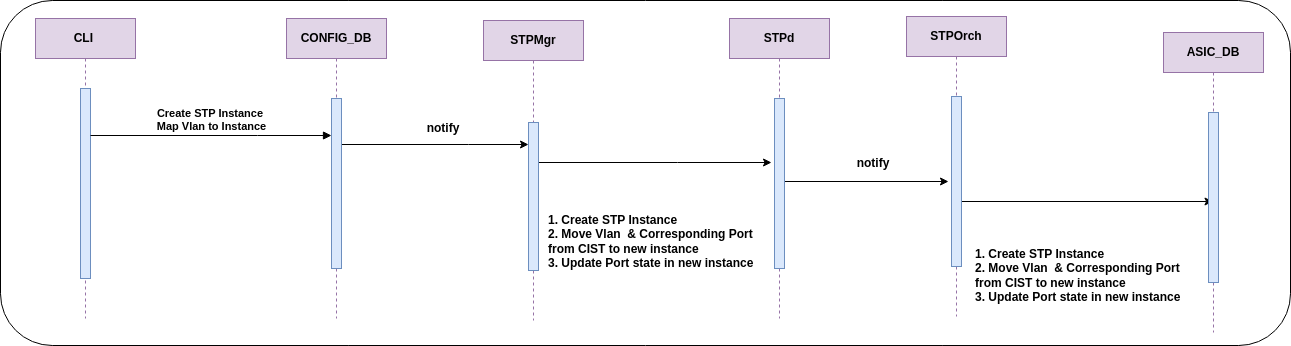
The draw.io diagram doc/MSTP/images/MSTP_Instance_Create.drawio.png in sonic-net/SONiC, before a commit. Source tidied: cells renumbered, new cells last; positions are measured from the earlier drawing's top-left corner, leaving out a move shared by most shapes.
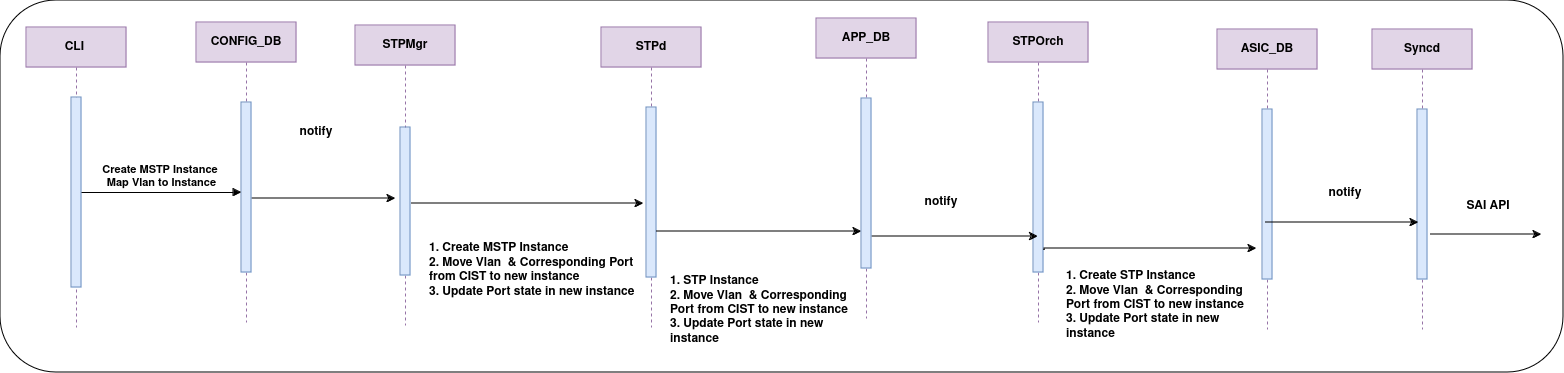
The same diagram one commit later.

Change to the diagram source:
```diff
@@ -3,7 +3,7 @@
     <mxCell id="0" />
     <mxCell id="1" parent="0" />
     <mxCell id="2" style="rounded=1;whiteSpace=wrap;html=1;" parent="1" vertex="1">
-      <mxGeometry width="1290" height="345" as="geometry" />
+      <mxGeometry x="9" y="-9" width="1563" height="372" as="geometry" />
     </mxCell>
     <mxCell id="3" value="CLI&amp;nbsp;" style="shape=umlLifeline;perimeter=lifelinePerimeter;whiteSpace=wrap;html=1;newEdgeStyle={&quot;edgeStyle&quot;:&quot;elbowEdgeStyle&quot;,&quot;elbow&quot;:&quot;vertical&quot;,&quot;curved&quot;:0,&quot;rounded&quot;:0};fillColor=#e1d5e7;strokeColor=#9673a6;fontStyle=1;" parent="1" vertex="1">
       <mxGeometry x="35" y="18" width="100" height="300" as="geometry" />
@@ -11,20 +11,22 @@
     <mxCell id="4" style="html=1;points=[];perimeter=orthogonalPerimeter;outlineConnect=0;targetShapes=umlLifeline;portConstraint=eastwest;newEdgeStyle={&quot;edgeStyle&quot;:&quot;elbowEdgeStyle&quot;,&quot;elbow&quot;:&quot;vertical&quot;,&quot;curved&quot;:0,&quot;rounded&quot;:0};fillColor=#dae8fc;strokeColor=#6c8ebf;fontStyle=1;" parent="3" vertex="1">
       <mxGeometry x="45" y="70" width="10" height="190" as="geometry" />
     </mxCell>
-    <mxCell id="5" style="edgeStyle=elbowEdgeStyle;rounded=0;jettySize=auto;html=1;elbow=vertical;curved=0;fontStyle=1;" parent="1" edge="1" source="6" target="11">
+    <mxCell id="5" style="edgeStyle=elbowEdgeStyle;rounded=0;jettySize=auto;html=1;elbow=vertical;curved=0;fontStyle=1;" parent="1" edge="1" source="6">
       <mxGeometry relative="1" as="geometry">
+        <mxPoint x="404" y="189" as="targetPoint" />
         <Array as="points">
-          <mxPoint x="468" y="144" />
+          <mxPoint x="394" y="189" />
+          <mxPoint x="417" y="141" />
         </Array>
       </mxGeometry>
     </mxCell>
     <mxCell id="6" value="CONFIG_DB" style="shape=umlLifeline;perimeter=lifelinePerimeter;whiteSpace=wrap;html=1;outlineConnect=0;portConstraint=eastwest;newEdgeStyle={&quot;edgeStyle&quot;:&quot;elbowEdgeStyle&quot;,&quot;elbow&quot;:&quot;vertical&quot;,&quot;curved&quot;:0,&quot;rounded&quot;:0};fillColor=#e1d5e7;strokeColor=#9673a6;fontStyle=1;" parent="1" vertex="1">
-      <mxGeometry x="286" y="18" width="100" height="300" as="geometry" />
+      <mxGeometry x="205" y="13" width="100" height="300" as="geometry" />
     </mxCell>
     <mxCell id="7" style="html=1;points=[];perimeter=orthogonalPerimeter;outlineConnect=0;targetShapes=umlLifeline;portConstraint=eastwest;newEdgeStyle={&quot;edgeStyle&quot;:&quot;elbowEdgeStyle&quot;,&quot;elbow&quot;:&quot;vertical&quot;,&quot;curved&quot;:0,&quot;rounded&quot;:0};fillColor=#dae8fc;strokeColor=#6c8ebf;fontStyle=1;" parent="6" vertex="1">
       <mxGeometry x="45" y="80" width="10" height="170" as="geometry" />
     </mxCell>
-    <mxCell id="8" value="Create STP Instance&amp;nbsp;&lt;div&gt;Map Vlan to Instance&lt;/div&gt;" style="html=1;verticalAlign=bottom;endArrow=block;edgeStyle=elbowEdgeStyle;elbow=vertical;curved=0;rounded=0;fontStyle=1;" parent="1" edge="1" source="4" target="7">
+    <mxCell id="8" value="Create MSTP Instance&amp;nbsp;&lt;div&gt;Map Vlan to Instance&lt;/div&gt;" style="html=1;verticalAlign=bottom;endArrow=block;edgeStyle=elbowEdgeStyle;elbow=vertical;curved=0;rounded=0;fontStyle=1;" parent="1" edge="1" source="4" target="7">
       <mxGeometry relative="1" as="geometry">
         <Array as="points">
           <mxPoint x="257" y="135" />
@@ -32,56 +34,112 @@
         </Array>
       </mxGeometry>
     </mxCell>
-    <mxCell id="9" style="edgeStyle=elbowEdgeStyle;rounded=0;jettySize=auto;html=1;elbow=vertical;curved=0;fontStyle=1;" parent="1" edge="1" source="10">
+    <mxCell id="9" style="edgeStyle=elbowEdgeStyle;rounded=0;orthogonalLoop=1;jettySize=auto;html=1;elbow=vertical;curved=0;fontStyle=1;" parent="1" edge="1">
       <mxGeometry relative="1" as="geometry">
-        <mxPoint x="771" y="162" as="targetPoint" />
+        <mxPoint x="420" y="194" as="sourcePoint" />
+        <mxPoint x="652" y="194" as="targetPoint" />
       </mxGeometry>
     </mxCell>
     <mxCell id="10" value="STPMgr" style="shape=umlLifeline;perimeter=lifelinePerimeter;whiteSpace=wrap;html=1;outlineConnect=0;portConstraint=eastwest;newEdgeStyle={&quot;edgeStyle&quot;:&quot;elbowEdgeStyle&quot;,&quot;elbow&quot;:&quot;vertical&quot;,&quot;curved&quot;:0,&quot;rounded&quot;:0};fillColor=#e1d5e7;strokeColor=#9673a6;fontStyle=1;" parent="1" vertex="1">
-      <mxGeometry x="483" y="20" width="100" height="300" as="geometry" />
+      <mxGeometry x="364" y="16" width="100" height="300" as="geometry" />
     </mxCell>
     <mxCell id="11" style="html=1;points=[];perimeter=orthogonalPerimeter;outlineConnect=0;targetShapes=umlLifeline;portConstraint=eastwest;newEdgeStyle={&quot;edgeStyle&quot;:&quot;elbowEdgeStyle&quot;,&quot;elbow&quot;:&quot;vertical&quot;,&quot;curved&quot;:0,&quot;rounded&quot;:0};fillColor=#dae8fc;strokeColor=#6c8ebf;fontStyle=1;" parent="10" vertex="1">
       <mxGeometry x="45" y="102" width="10" height="148" as="geometry" />
     </mxCell>
-    <mxCell id="12" style="edgeStyle=elbowEdgeStyle;rounded=0;jettySize=auto;html=1;elbow=vertical;curved=0;fontStyle=1;" parent="1" edge="1" source="13">
-      <mxGeometry relative="1" as="geometry">
-        <mxPoint x="948" y="181" as="targetPoint" />
-      </mxGeometry>
-    </mxCell>
     <mxCell id="13" value="STPd" style="shape=umlLifeline;perimeter=lifelinePerimeter;whiteSpace=wrap;html=1;outlineConnect=0;portConstraint=eastwest;newEdgeStyle={&quot;edgeStyle&quot;:&quot;elbowEdgeStyle&quot;,&quot;elbow&quot;:&quot;vertical&quot;,&quot;curved&quot;:0,&quot;rounded&quot;:0};fillColor=#e1d5e7;strokeColor=#9673a6;fontStyle=1;" parent="1" vertex="1">
-      <mxGeometry x="729" y="18" width="100" height="300" as="geometry" />
+      <mxGeometry x="610" y="18" width="100" height="300" as="geometry" />
     </mxCell>
     <mxCell id="14" style="html=1;points=[];perimeter=orthogonalPerimeter;outlineConnect=0;targetShapes=umlLifeline;portConstraint=eastwest;newEdgeStyle={&quot;edgeStyle&quot;:&quot;elbowEdgeStyle&quot;,&quot;elbow&quot;:&quot;vertical&quot;,&quot;curved&quot;:0,&quot;rounded&quot;:0};fillColor=#dae8fc;strokeColor=#6c8ebf;fontStyle=1;" parent="13" vertex="1">
       <mxGeometry x="45" y="80" width="10" height="170" as="geometry" />
     </mxCell>
-    <mxCell id="15" style="edgeStyle=elbowEdgeStyle;rounded=0;jettySize=auto;html=1;elbow=vertical;curved=0;fontStyle=1;" parent="1" edge="1" target="18">
-      <mxGeometry relative="1" as="geometry">
-        <mxPoint x="960" y="201" as="sourcePoint" />
-      </mxGeometry>
-    </mxCell>
     <mxCell id="16" value="STPOrch" style="shape=umlLifeline;perimeter=lifelinePerimeter;whiteSpace=wrap;html=1;outlineConnect=0;portConstraint=eastwest;newEdgeStyle={&quot;edgeStyle&quot;:&quot;elbowEdgeStyle&quot;,&quot;elbow&quot;:&quot;vertical&quot;,&quot;curved&quot;:0,&quot;rounded&quot;:0};fillColor=#e1d5e7;strokeColor=#9673a6;fontStyle=1;" parent="1" vertex="1">
-      <mxGeometry x="906" y="16" width="100" height="300" as="geometry" />
+      <mxGeometry x="997" y="13" width="100" height="300" as="geometry" />
     </mxCell>
     <mxCell id="17" style="html=1;perimeter=orthogonalPerimeter;targetShapes=umlLifeline;newEdgeStyle={&quot;edgeStyle&quot;:&quot;elbowEdgeStyle&quot;,&quot;elbow&quot;:&quot;vertical&quot;,&quot;curved&quot;:0,&quot;rounded&quot;:0};fillColor=#dae8fc;strokeColor=#6c8ebf;fontStyle=1;" parent="16" vertex="1">
       <mxGeometry x="45" y="80" width="10" height="170" as="geometry" />
     </mxCell>
-    <mxCell id="18" value="ASIC_DB" style="shape=umlLifeline;perimeter=lifelinePerimeter;whiteSpace=wrap;html=1;outlineConnect=0;portConstraint=eastwest;newEdgeStyle={&quot;edgeStyle&quot;:&quot;elbowEdgeStyle&quot;,&quot;elbow&quot;:&quot;vertical&quot;,&quot;curved&quot;:0,&quot;rounded&quot;:0};fillColor=#e1d5e7;strokeColor=#9673a6;fontStyle=1;" parent="1" vertex="1">
-      <mxGeometry x="1163" y="32" width="100" height="300" as="geometry" />
+    <mxCell id="18" value="Syncd" style="shape=umlLifeline;perimeter=lifelinePerimeter;whiteSpace=wrap;html=1;outlineConnect=0;portConstraint=eastwest;newEdgeStyle={&quot;edgeStyle&quot;:&quot;elbowEdgeStyle&quot;,&quot;elbow&quot;:&quot;vertical&quot;,&quot;curved&quot;:0,&quot;rounded&quot;:0};fillColor=#e1d5e7;strokeColor=#9673a6;fontStyle=1;" parent="1" vertex="1">
+      <mxGeometry x="1381" y="20" width="100" height="300" as="geometry" />
     </mxCell>
     <mxCell id="19" style="html=1;perimeter=orthogonalPerimeter;targetShapes=umlLifeline;newEdgeStyle={&quot;edgeStyle&quot;:&quot;elbowEdgeStyle&quot;,&quot;elbow&quot;:&quot;vertical&quot;,&quot;curved&quot;:0,&quot;rounded&quot;:0};fillColor=#dae8fc;strokeColor=#6c8ebf;fontStyle=1;" parent="18" vertex="1">
       <mxGeometry x="45" y="80" width="10" height="170" as="geometry" />
     </mxCell>
     <mxCell id="20" value="notify" style="text;html=1;align=center;verticalAlign=middle;whiteSpace=wrap;rounded=0;fontStyle=1;" parent="1" vertex="1">
-      <mxGeometry x="413" y="113" width="60" height="30" as="geometry" />
+      <mxGeometry x="295" y="108" width="60" height="30" as="geometry" />
     </mxCell>
     <mxCell id="21" value="notify" style="text;html=1;align=center;verticalAlign=middle;whiteSpace=wrap;rounded=0;fontStyle=1;" parent="1" vertex="1">
-      <mxGeometry x="843" y="148" width="60" height="30" as="geometry" />
+      <mxGeometry x="920" y="178" width="60" height="30" as="geometry" />
     </mxCell>
-    <mxCell id="22" value="1. Create STP Instance&lt;div&gt;2. Move Vlan&amp;nbsp; &amp;amp; Corresponding Port from CIST to new instance&lt;/div&gt;&lt;div&gt;3. Update Port state in new instance&lt;/div&gt;" style="text;html=1;align=left;verticalAlign=middle;whiteSpace=wrap;rounded=0;fontStyle=1;" parent="1" vertex="1">
-      <mxGeometry x="546" y="184" width="214" height="114" as="geometry" />
+    <mxCell id="22" value="1. Create MSTP Instance&lt;div&gt;2. Move Vlan&amp;nbsp; &amp;amp; Corresponding Port from CIST to new instance&lt;/div&gt;&lt;div&gt;3. Update Port state in new instance&lt;/div&gt;" style="text;html=1;align=left;verticalAlign=middle;whiteSpace=wrap;rounded=0;fontStyle=1;" parent="1" vertex="1">
+      <mxGeometry x="436" y="204" width="214" height="114" as="geometry" />
     </mxCell>
+    <mxCell id="24" style="edgeStyle=elbowEdgeStyle;rounded=0;jettySize=auto;html=1;elbow=vertical;curved=0;fontStyle=1;" parent="1" edge="1" source="14" target="27">
+      <mxGeometry relative="1" as="geometry">
+        <Array as="points">
+          <mxPoint x="796" y="222" />
+          <mxPoint x="819" y="174" />
+        </Array>
+      </mxGeometry>
+    </mxCell>
+    <mxCell id="25" style="edgeStyle=elbowEdgeStyle;rounded=0;jettySize=auto;html=1;elbow=vertical;curved=0;fontStyle=1;" parent="1" edge="1" target="16">
+      <mxGeometry relative="1" as="geometry">
+        <mxPoint x="876" y="229" as="sourcePoint" />
+        <Array as="points">
+          <mxPoint x="949" y="227" />
+          <mxPoint x="972" y="179" />
+        </Array>
+      </mxGeometry>
+    </mxCell>
+    <mxCell id="26" value="APP_DB" style="shape=umlLifeline;perimeter=lifelinePerimeter;whiteSpace=wrap;html=1;newEdgeStyle={&quot;edgeStyle&quot;:&quot;elbowEdgeStyle&quot;,&quot;elbow&quot;:&quot;vertical&quot;,&quot;curved&quot;:0,&quot;rounded&quot;:0};fillColor=#e1d5e7;strokeColor=#9673a6;fontStyle=1;" parent="1" vertex="1">
+      <mxGeometry x="825" y="9" width="100" height="300" as="geometry" />
+    </mxCell>
+    <mxCell id="27" style="html=1;points=[];perimeter=orthogonalPerimeter;outlineConnect=0;targetShapes=umlLifeline;portConstraint=eastwest;newEdgeStyle={&quot;edgeStyle&quot;:&quot;elbowEdgeStyle&quot;,&quot;elbow&quot;:&quot;vertical&quot;,&quot;curved&quot;:0,&quot;rounded&quot;:0};fillColor=#dae8fc;strokeColor=#6c8ebf;fontStyle=1;" parent="26" vertex="1">
+      <mxGeometry x="45" y="80" width="10" height="170" as="geometry" />
+    </mxCell>
+    <mxCell id="28" value="1. STP Instance&lt;div&gt;2. Move Vlan&amp;nbsp; &amp;amp; Corresponding Port from CIST to new instance&lt;/div&gt;&lt;div&gt;3. Update Port state in new instance&lt;/div&gt;" style="text;html=1;align=left;verticalAlign=middle;whiteSpace=wrap;rounded=0;fontStyle=1;" parent="1" vertex="1">
+      <mxGeometry x="677" y="244" width="192" height="114" as="geometry" />
+    </mxCell>
+    <mxCell id="29" value="ASIC_DB" style="shape=umlLifeline;perimeter=lifelinePerimeter;whiteSpace=wrap;html=1;newEdgeStyle={&quot;edgeStyle&quot;:&quot;elbowEdgeStyle&quot;,&quot;elbow&quot;:&quot;vertical&quot;,&quot;curved&quot;:0,&quot;rounded&quot;:0};fillColor=#e1d5e7;strokeColor=#9673a6;fontStyle=1;" parent="1" vertex="1">
+      <mxGeometry x="1226" y="20" width="100" height="300" as="geometry" />
+    </mxCell>
+    <mxCell id="30" style="html=1;perimeter=orthogonalPerimeter;targetShapes=umlLifeline;newEdgeStyle={&quot;edgeStyle&quot;:&quot;elbowEdgeStyle&quot;,&quot;elbow&quot;:&quot;vertical&quot;,&quot;curved&quot;:0,&quot;rounded&quot;:0};fillColor=#dae8fc;strokeColor=#6c8ebf;fontStyle=1;" parent="29" vertex="1">
+      <mxGeometry x="45" y="80" width="10" height="170" as="geometry" />
+    </mxCell>
+    <mxCell id="31" style="edgeStyle=elbowEdgeStyle;rounded=0;orthogonalLoop=1;jettySize=auto;html=1;elbow=vertical;curved=0;fontStyle=1;" parent="1" edge="1">
+      <mxGeometry relative="1" as="geometry">
+        <mxPoint x="1274" y="213" as="sourcePoint" />
+        <mxPoint x="1427" y="213" as="targetPoint" />
+        <Array as="points">
+          <mxPoint x="1358" y="213" />
+        </Array>
+      </mxGeometry>
+    </mxCell>
+    <mxCell id="32" value="notify" style="text;html=1;align=center;verticalAlign=middle;whiteSpace=wrap;rounded=0;fontStyle=1;" parent="1" vertex="1">
+      <mxGeometry x="1324" y="169" width="60" height="30" as="geometry" />
+    </mxCell>
     <mxCell id="23" value="1. Create STP Instance&lt;div&gt;2. Move Vlan&amp;nbsp; &amp;amp; Corresponding Port from CIST to new instance&lt;/div&gt;&lt;div&gt;3. Update Port state in new instance&lt;/div&gt;" style="text;html=1;align=left;verticalAlign=middle;whiteSpace=wrap;rounded=0;fontStyle=1;" parent="1" vertex="1">
-      <mxGeometry x="973" y="218" width="214" height="114" as="geometry" />
+      <mxGeometry x="1073" y="239" width="192" height="114" as="geometry" />
     </mxCell>
+    <mxCell id="33" style="edgeStyle=elbowEdgeStyle;rounded=0;jettySize=auto;html=1;elbow=vertical;curved=0;fontStyle=1;entryX=1;entryY=0;entryDx=0;entryDy=0;" parent="1" edge="1" target="23">
+      <mxGeometry relative="1" as="geometry">
+        <mxPoint x="1053" y="241" as="sourcePoint" />
+        <Array as="points">
+          <mxPoint x="1126" y="239" />
+          <mxPoint x="1149" y="191" />
+        </Array>
+      </mxGeometry>
+    </mxCell>
+    <mxCell id="34" style="edgeStyle=elbowEdgeStyle;rounded=0;orthogonalLoop=1;jettySize=auto;html=1;elbow=vertical;curved=0;fontStyle=1;" parent="1" edge="1">
+      <mxGeometry relative="1" as="geometry">
+        <mxPoint x="1439" y="225" as="sourcePoint" />
+        <mxPoint x="1550" y="225" as="targetPoint" />
+        <Array as="points">
+          <mxPoint x="1523" y="225" />
+        </Array>
+      </mxGeometry>
+    </mxCell>
+    <mxCell id="35" value="SAI API " style="text;html=1;align=center;verticalAlign=middle;whiteSpace=wrap;rounded=0;fontStyle=1;" parent="1" vertex="1">
+      <mxGeometry x="1467" y="182" width="60" height="30" as="geometry" />
+    </mxCell>
   </root>
 </mxGraphModel>
```
